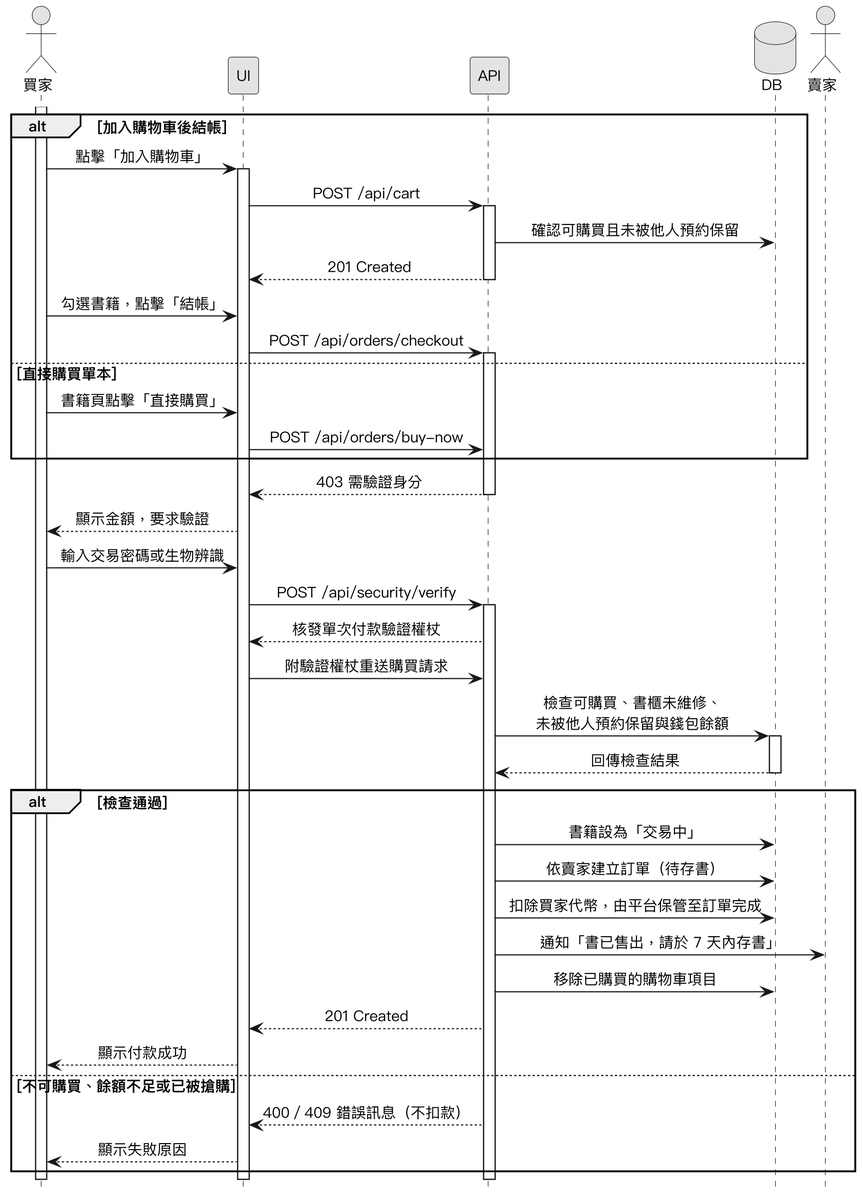
SaveMyBook/SaveMyBook keeps this PlantUML diagram as Diagrams/Sequence Diagrams/v3/seq_checkout.png. Above is the earlier version.
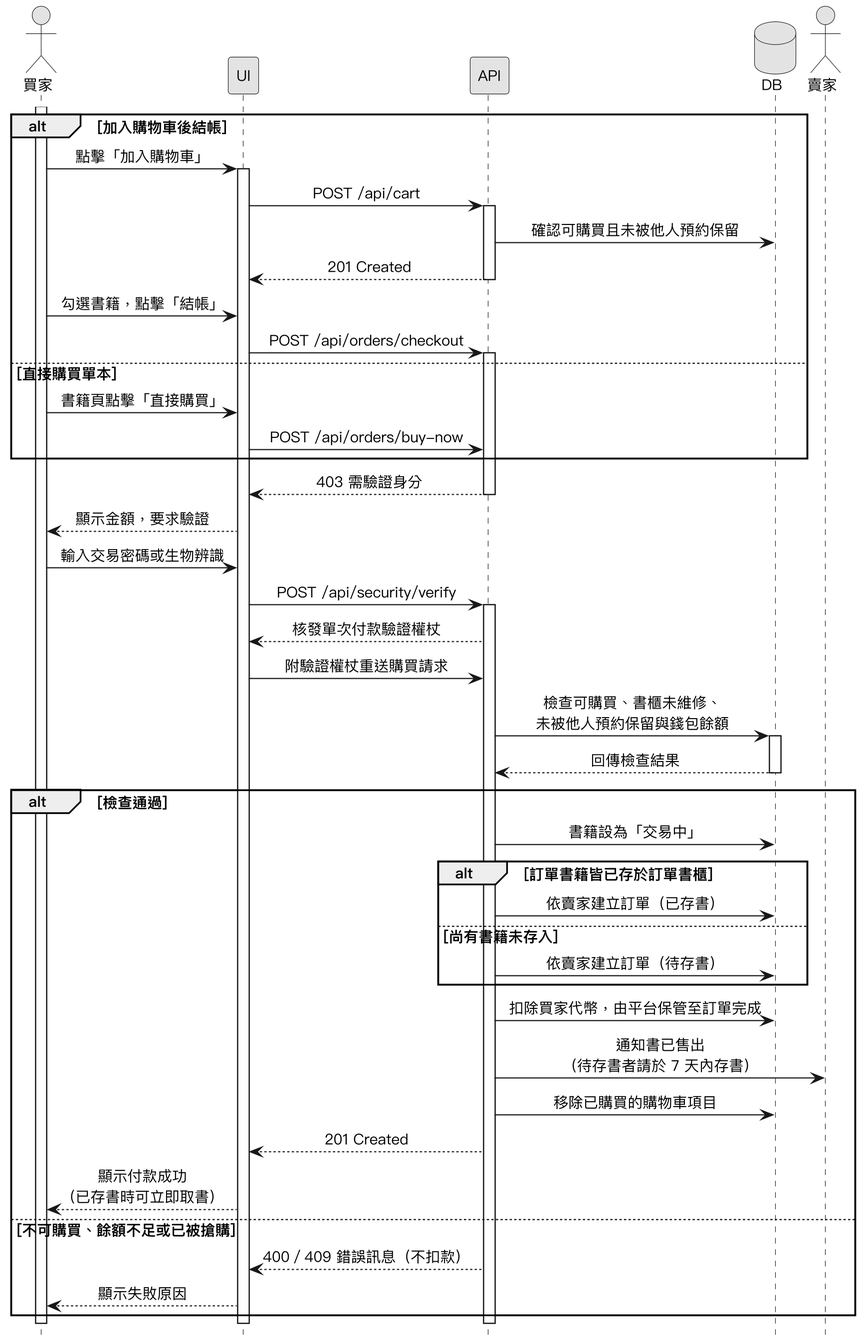
After the change.

The edit, as a diff of the source:
```diff
@@ -45,12 +45,16 @@
 
 alt 檢查通過
   API -> DB : 書籍設為「交易中」
-  API -> DB : 依賣家建立訂單（待存書）
+  alt 訂單書籍皆已存於訂單書櫃
+    API -> DB : 依賣家建立訂單（已存書）
+  else 尚有書籍未存入
+    API -> DB : 依賣家建立訂單（待存書）
+  end
   API -> DB : 扣除買家代幣，由平台保管至訂單完成
-  API -> 賣家 : 通知「書已售出，請於 7 天內存書」
+  API -> 賣家 : 通知書已售出\n（待存書者請於 7 天內存書）
   API -> DB : 移除已購買的購物車項目
   API --> UI : 201 Created
-  UI --> 買家 : 顯示付款成功
+  UI --> 買家 : 顯示付款成功\n（已存書時可立即取書）
 else 不可購買、餘額不足或已被搶購
   API --> UI : 400／409 錯誤訊息（不扣款）
   UI --> 買家 : 顯示失敗原因
```
